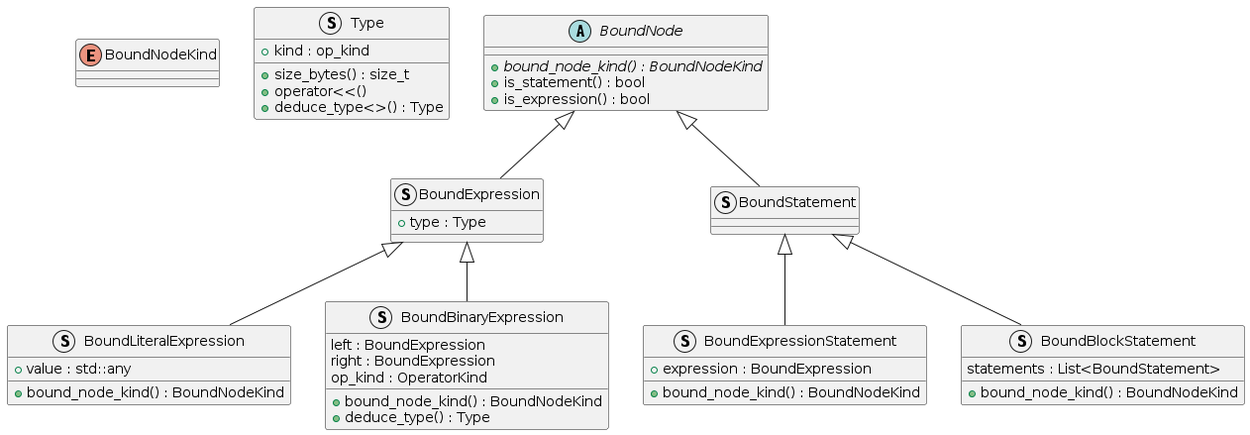
The PlantUML diagram other/diagrams/output/binding.png in adaxiik/sea-code-control, before a commit. The source it was exported from:
```plantuml
@startuml class

enum BoundNodeKind
struct Type{
    + kind : op_kind
    + size_bytes() : size_t
    + operator<<()
    + deduce_type<>() : Type
}


abstract BoundNode {
    {abstract} + bound_node_kind() : BoundNodeKind
    + is_statement() : bool
    + is_expression() : bool
}

struct BoundExpression{
    + type : Type
}

struct BoundStatement

struct BoundExpressionStatement{
    + expression : BoundExpression
    + bound_node_kind() : BoundNodeKind
}

struct BoundBlockStatement{
    statements : List<BoundStatement>
    + bound_node_kind() : BoundNodeKind
}

struct BoundLiteralExpression {
    + value : std::any
    + bound_node_kind() : BoundNodeKind
}

struct BoundBinaryExpression{
    left : BoundExpression
    right : BoundExpression
    op_kind : OperatorKind

    + bound_node_kind() : BoundNodeKind
    + deduce_type() : Type

}

BoundNode <|-- BoundStatement
BoundStatement <|-- BoundExpressionStatement
BoundStatement <|-- BoundBlockStatement


BoundNode <|-- BoundExpression
BoundExpression <|-- BoundLiteralExpression
BoundExpression <|-- BoundBinaryExpression


@enduml
```
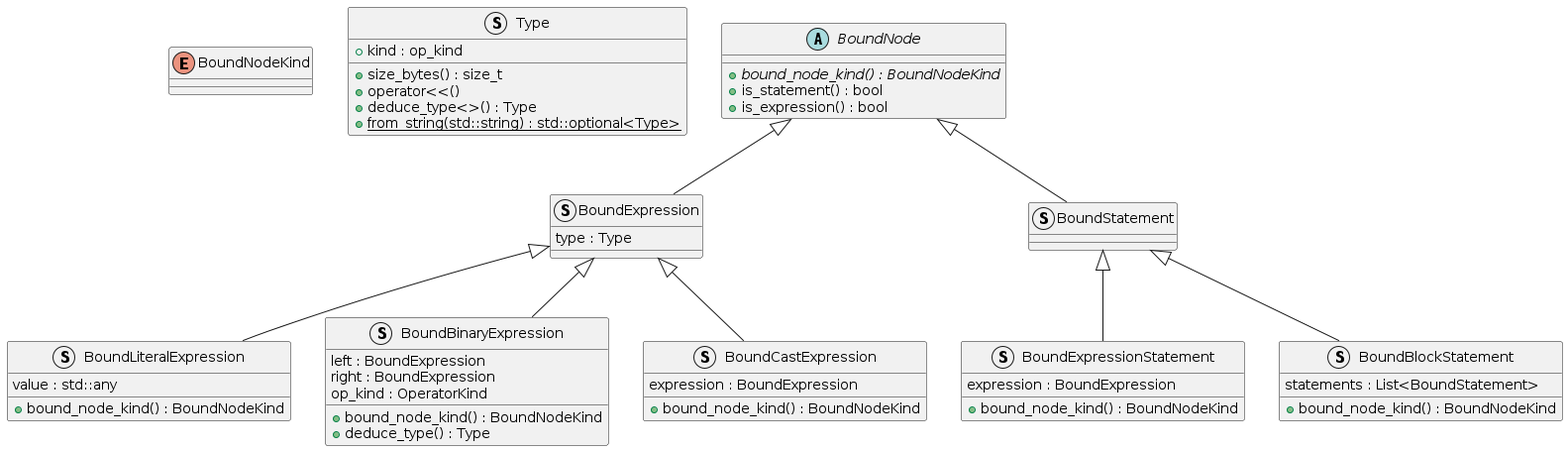
The same diagram one commit later.

Commit message:
updated class diagram and plan, todo.sh, updated readme

The edit, as a diff of the source:
```diff
@@ -1,4 +1,4 @@
-@startuml class
+@startuml binding
 
 enum BoundNodeKind
 struct Type{
@@ -6,6 +6,7 @@
     + size_bytes() : size_t
     + operator<<()
     + deduce_type<>() : Type
+    + {static} from_string(std::string) : std::optional<Type>
 }
 
 
@@ -16,13 +17,14 @@
 }
 
 struct BoundExpression{
-    + type : Type
+    type : Type
 }
 
 struct BoundStatement
 
 struct BoundExpressionStatement{
-    + expression : BoundExpression
+    expression : BoundExpression
+
     + bound_node_kind() : BoundNodeKind
 }
 
@@ -32,7 +34,8 @@
 }
 
 struct BoundLiteralExpression {
-    + value : std::any
+    value : std::any
+
     + bound_node_kind() : BoundNodeKind
 }
 
@@ -46,6 +49,12 @@
 
 }
 
+struct BoundCastExpression{
+    expression : BoundExpression
+
+    + bound_node_kind() : BoundNodeKind
+}
+
 BoundNode <|-- BoundStatement
 BoundStatement <|-- BoundExpressionStatement
 BoundStatement <|-- BoundBlockStatement
@@ -54,6 +63,7 @@
 BoundNode <|-- BoundExpression
 BoundExpression <|-- BoundLiteralExpression
 BoundExpression <|-- BoundBinaryExpression
+BoundExpression <|-- BoundCastExpression
 
 
 @enduml
```
